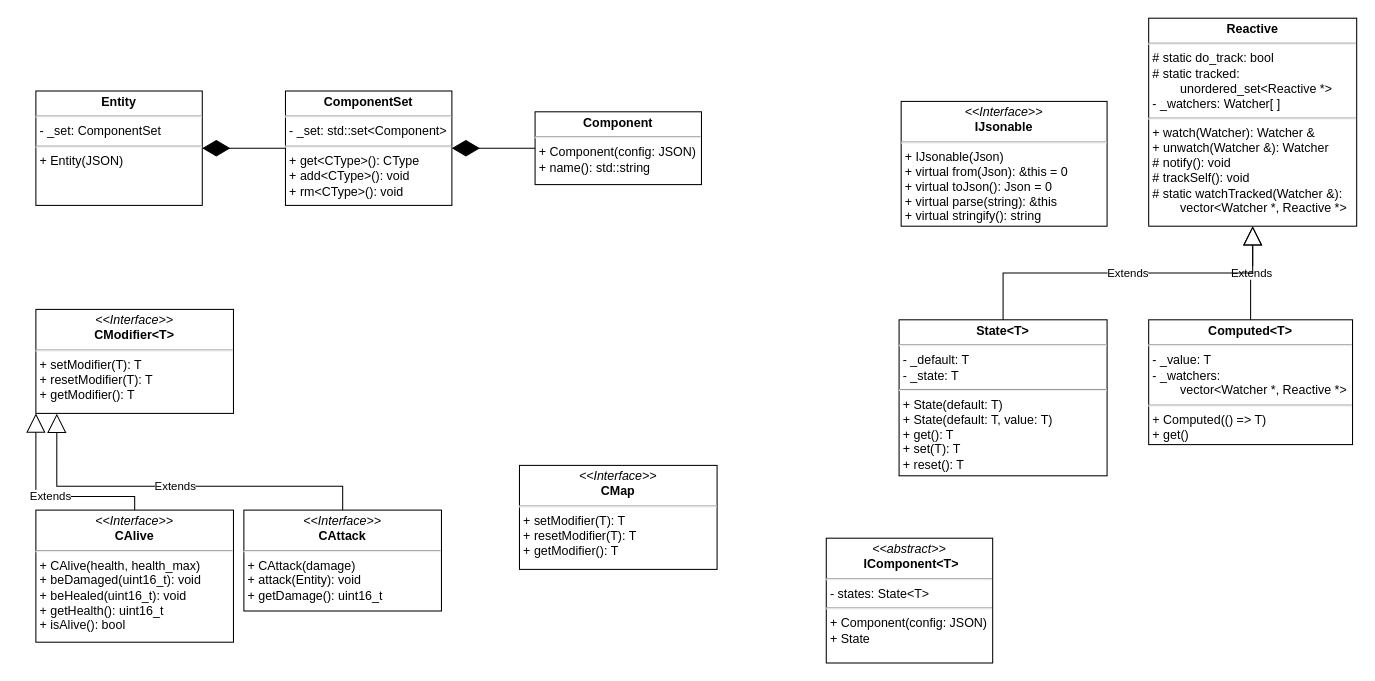
vSEK1RO/nekomancer keeps this draw.io diagram as uml.drawio. Above is the earlier version. Source tidied: cells renumbered, new cells numbered last; positions are measured from the earlier drawing's top-left corner, leaving out a move shared by most shapes. Both pictures are drawn from the tidied source at 104%, with x=0, y=0 at pixel (35, 18).
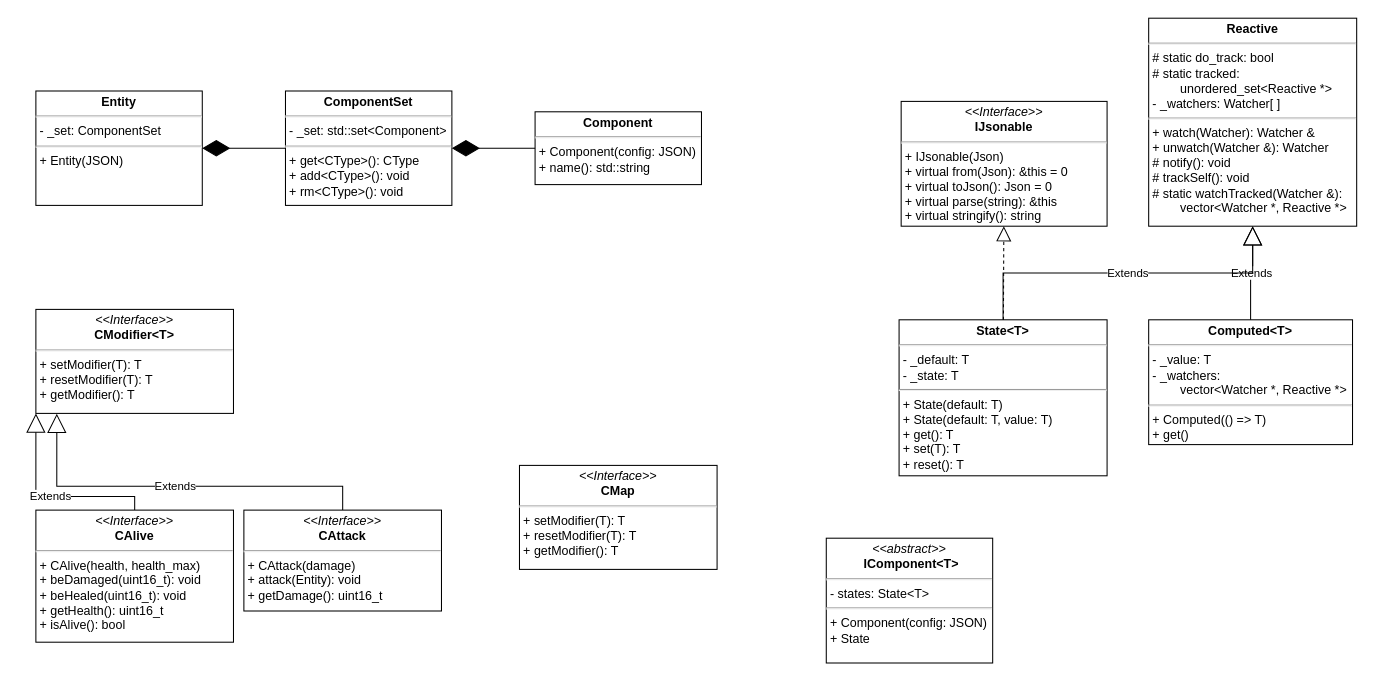
The same diagram, later.

Unchanged cells that the change refers to:
```xml
<mxCell id="16" value="&lt;p style=&quot;margin:0px;margin-top:4px;text-align:center;&quot;&gt;&lt;b&gt;State&amp;lt;T&amp;gt;&lt;/b&gt;&lt;/p&gt;&lt;hr&gt;&lt;p style=&quot;margin: 0px 0px 0px 4px;&quot;&gt;- _default: T&lt;/p&gt;&lt;p style=&quot;margin: 0px 0px 0px 4px;&quot;&gt;- _state: T&lt;/p&gt;&lt;hr&gt;&lt;p style=&quot;margin: 0px 0px 0px 4px;&quot;&gt;&lt;span style=&quot;background-color: initial;&quot;&gt;+ State(default: T)&lt;/span&gt;&lt;/p&gt;&lt;p style=&quot;margin: 0px 0px 0px 4px;&quot;&gt;&lt;span style=&quot;background-color: initial;&quot;&gt;+ State(default: T, value: T)&lt;/span&gt;&lt;/p&gt;&lt;p style=&quot;margin: 0px 0px 0px 4px;&quot;&gt;&lt;span style=&quot;background-color: initial;&quot;&gt;+ get(): T&lt;/span&gt;&lt;/p&gt;&lt;p style=&quot;margin: 0px 0px 0px 4px;&quot;&gt;+ set(T): T&lt;/p&gt;&lt;p style=&quot;margin: 0px 0px 0px 4px;&quot;&gt;+ reset(): T&lt;/p&gt;&lt;p style=&quot;margin: 0px 0px 0px 4px;&quot;&gt;&lt;br&gt;&lt;/p&gt;" style="verticalAlign=top;align=left;overflow=fill;html=1;whiteSpace=wrap;" parent="1" vertex="1">
  <mxGeometry x="830" y="290" width="200" height="150" as="geometry" />
</mxCell>
<mxCell id="18" value="&lt;p style=&quot;margin:0px;margin-top:4px;text-align:center;&quot;&gt;&lt;i&gt;&amp;lt;&amp;lt;Interface&amp;gt;&amp;gt;&lt;/i&gt;&lt;br&gt;&lt;b&gt;IJsonable&lt;/b&gt;&lt;/p&gt;&lt;hr&gt;&lt;p style=&quot;margin:0px;margin-left:4px;&quot;&gt;+ IJsonable(Json)&lt;/p&gt;&lt;p style=&quot;margin:0px;margin-left:4px;&quot;&gt;+ virtual from(Json): &amp;amp;this = 0&lt;/p&gt;&lt;p style=&quot;margin: 0px 0px 0px 4px;&quot;&gt;+ virtual toJson(): Json = 0&lt;/p&gt;&lt;p style=&quot;margin:0px;margin-left:4px;&quot;&gt;+ virtual parse(string): &amp;amp;this&lt;/p&gt;&lt;p style=&quot;margin:0px;margin-left:4px;&quot;&gt;+ virtual stringify(): string&lt;/p&gt;" style="verticalAlign=top;align=left;overflow=fill;html=1;whiteSpace=wrap;" parent="1" vertex="1">
  <mxGeometry x="832" y="80" width="198" height="120" as="geometry" />
</mxCell>
```

The edit, as a diff of the source:
```diff
@@
+    <mxCell id="21" style="endArrow=block;dashed=1;endFill=0;endSize=12;html=1;rounded=0;" parent="1" edge="1" source="16" target="18">
+      <mxGeometry relative="1" as="geometry" />
+    </mxCell>
```
